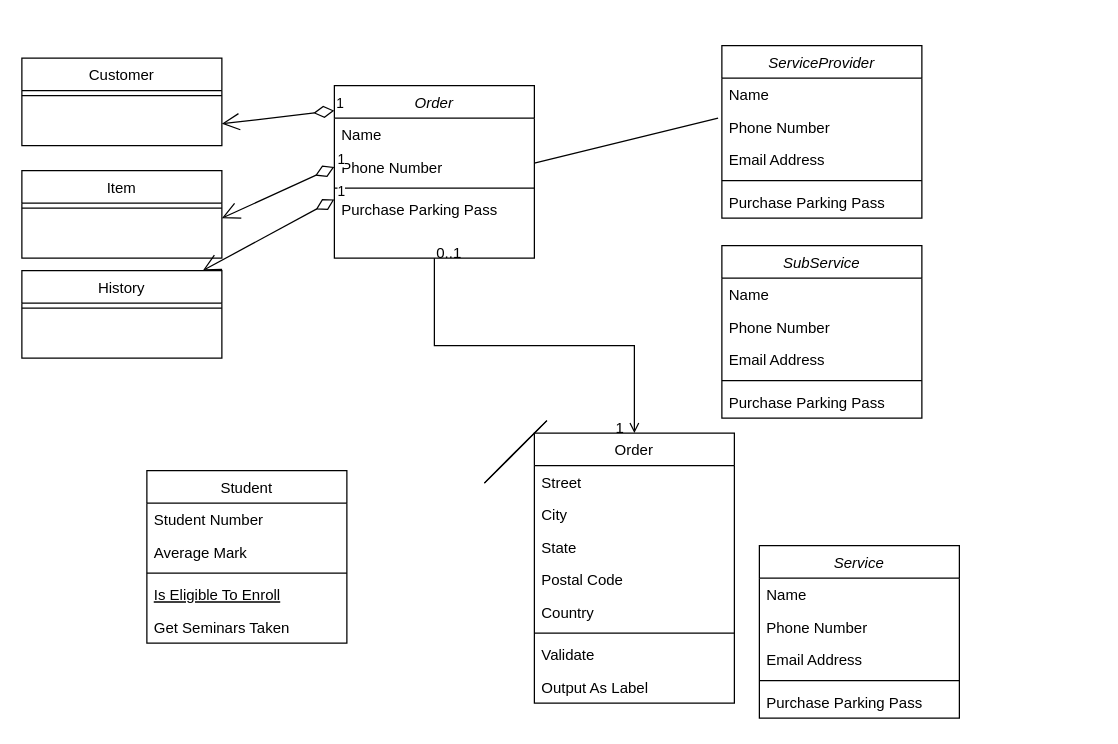
Before: diagrams/Untitled Diagram.drawio in AK-SoloQ/microservices-casts, a draw.io diagram. Source tidied: cells renumbered, new cells numbered last; positions are measured from the earlier drawing's top-left corner, leaving out a move shared by most shapes. Both pictures are drawn from the tidied source at 125%, with x=0, y=0 at pixel (21, 45).
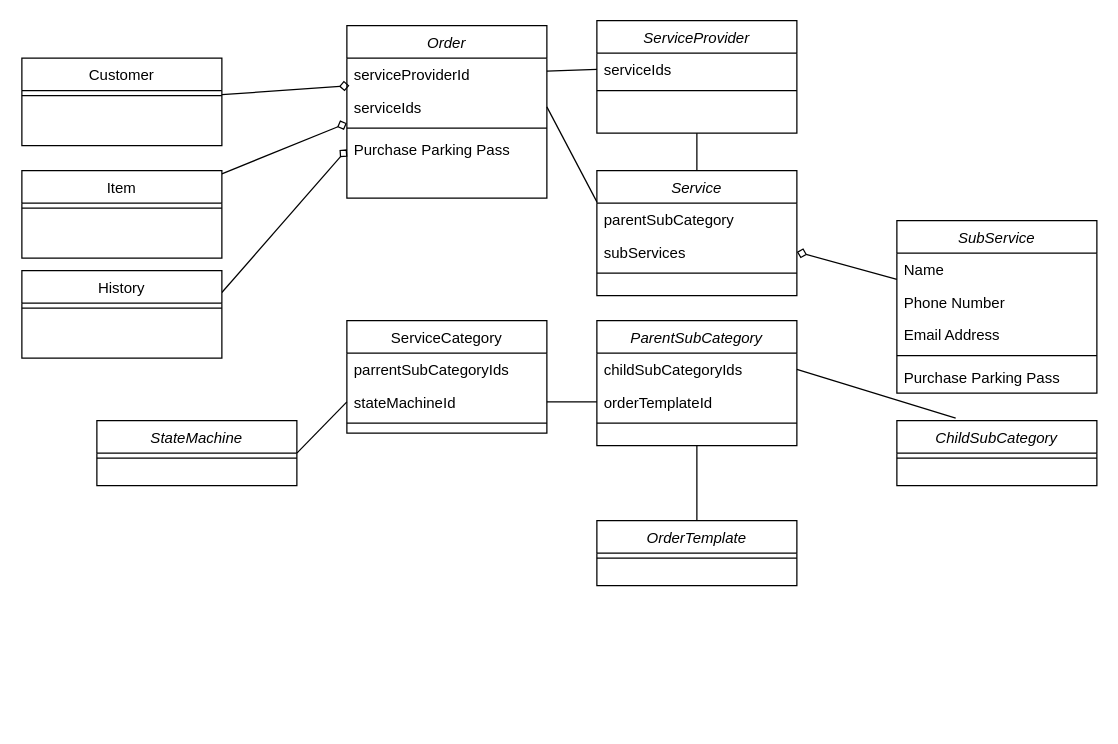
After the change.

Unchanged cells that the change refers to:
```xml
<mxCell id="6" value="Purchase Parking Pass" style="text;align=left;verticalAlign=top;spacingLeft=4;spacingRight=4;overflow=hidden;points=[[0,0.5],[1,0.5]];portConstraint=eastwest;" parent="2" vertex="1">
  <mxGeometry y="86" width="160" height="26" as="geometry" />
</mxCell>
<mxCell id="13" value="Item" style="swimlane;fontStyle=0;align=center;verticalAlign=top;horizontal=1;startSize=26;rounded=0;shadow=0;strokeWidth=1;" parent="1" vertex="1">
  <mxGeometry y="100" width="160" height="70" as="geometry" />
</mxCell>
<mxCell id="27" value="Customer" style="swimlane;fontStyle=0;align=center;verticalAlign=top;horizontal=1;startSize=26;rounded=0;shadow=0;strokeWidth=1;" parent="1" vertex="1">
  <mxGeometry y="10" width="160" height="70" as="geometry" />
</mxCell>
<mxCell id="29" value="History" style="swimlane;fontStyle=0;align=center;verticalAlign=top;horizontal=1;startSize=26;rounded=0;shadow=0;strokeWidth=1;" parent="1" vertex="1">
  <mxGeometry y="180" width="160" height="70" as="geometry" />
</mxCell>
```

Diff of the diagram source:
```diff
@@
     <mxCell id="2" value="Order" style="swimlane;fontStyle=2;align=center;verticalAlign=top;horizontal=1;startSize=26;rounded=0;shadow=0;strokeWidth=1;" parent="1" vertex="1">
-      <mxGeometry x="250" y="32" width="160" height="138" as="geometry" />
+      <mxGeometry x="260" y="-16" width="160" height="138" as="geometry" />
     </mxCell>
-    <mxCell id="3" value="Name" style="text;align=left;verticalAlign=top;spacingLeft=4;spacingRight=4;overflow=hidden;points=[[0,0.5],[1,0.5]];portConstraint=eastwest;" parent="2" vertex="1">
+    <mxCell id="3" value="serviceProviderId" style="text;align=left;verticalAlign=top;spacingLeft=4;spacingRight=4;overflow=hidden;points=[[0,0.5],[1,0.5]];portConstraint=eastwest;" parent="2" vertex="1">
       <mxGeometry y="26" width="160" height="26" as="geometry" />
     </mxCell>
-    <mxCell id="4" value="Phone Number" style="text;align=left;verticalAlign=top;spacingLeft=4;spacingRight=4;overflow=hidden;points=[[0,0.5],[1,0.5]];portConstraint=eastwest;rounded=0;shadow=0;html=0;" parent="2" vertex="1">
+    <mxCell id="4" value="serviceIds" style="text;align=left;verticalAlign=top;spacingLeft=4;spacingRight=4;overflow=hidden;points=[[0,0.5],[1,0.5]];portConstraint=eastwest;rounded=0;shadow=0;html=0;" parent="2" vertex="1">
       <mxGeometry y="52" width="160" height="26" as="geometry" />
     </mxCell>
@@
-    <mxCell id="7" value="Student" style="swimlane;fontStyle=0;align=center;verticalAlign=top;horizontal=1;startSize=26;rounded=0;shadow=0;strokeWidth=1;" parent="1" vertex="1">
-      <mxGeometry x="100" y="340" width="160" height="138" as="geometry" />
+    <mxCell id="7" value="ServiceCategory" style="swimlane;fontStyle=0;align=center;verticalAlign=top;horizontal=1;startSize=26;rounded=0;shadow=0;strokeWidth=1;" parent="1" vertex="1">
+      <mxGeometry x="260" y="220" width="160" height="90" as="geometry" />
     </mxCell>
-    <mxCell id="8" value="Student Number" style="text;align=left;verticalAlign=top;spacingLeft=4;spacingRight=4;overflow=hidden;" parent="7" vertex="1">
+    <mxCell id="8" value="parrentSubCategoryIds" style="text;align=left;verticalAlign=top;spacingLeft=4;spacingRight=4;overflow=hidden;" parent="7" vertex="1">
       <mxGeometry y="26" width="160" height="26" as="geometry" />
     </mxCell>
-    <mxCell id="9" value="Average Mark" style="text;align=left;verticalAlign=top;spacingLeft=4;spacingRight=4;overflow=hidden;points=[[0,0.5],[1,0.5]];portConstraint=eastwest;rounded=0;shadow=0;html=0;" parent="7" vertex="1">
+    <mxCell id="9" value="stateMachineId" style="text;align=left;verticalAlign=top;spacingLeft=4;spacingRight=4;overflow=hidden;points=[[0,0.5],[1,0.5]];portConstraint=eastwest;rounded=0;shadow=0;html=0;" parent="7" vertex="1">
       <mxGeometry y="52" width="160" height="26" as="geometry" />
     </mxCell>
@@
-    <mxCell id="11" value="Is Eligible To Enroll" style="text;align=left;verticalAlign=top;spacingLeft=4;spacingRight=4;overflow=hidden;fontStyle=4;" parent="7" vertex="1">
-      <mxGeometry y="86" width="160" height="26" as="geometry" />
-    </mxCell>
-    <mxCell id="12" value="Get Seminars Taken" style="text;align=left;verticalAlign=top;spacingLeft=4;spacingRight=4;overflow=hidden;" parent="7" vertex="1">
-      <mxGeometry y="112" width="160" height="26" as="geometry" />
-    </mxCell>
+    <mxCell id="55" style="edgeStyle=none;rounded=0;jettySize=auto;html=1;entryX=0;entryY=1;entryDx=0;entryDy=0;entryPerimeter=0;startArrow=none;startFill=0;endArrow=diamond;endFill=0;" parent="1" edge="1" source="13" target="4">
+      <mxGeometry relative="1" as="geometry" />
+    </mxCell>
@@
-    <mxCell id="15" value="Order" style="swimlane;fontStyle=0;align=center;verticalAlign=top;horizontal=1;startSize=26;rounded=0;shadow=0;strokeWidth=1;" parent="1" vertex="1">
-      <mxGeometry x="410" y="310" width="160" height="216" as="geometry" />
-    </mxCell>
-    <mxCell id="16" value="Street" style="text;align=left;verticalAlign=top;spacingLeft=4;spacingRight=4;overflow=hidden;" parent="15" vertex="1">
-      <mxGeometry y="26" width="160" height="26" as="geometry" />
-    </mxCell>
-    <mxCell id="17" value="City" style="text;align=left;verticalAlign=top;spacingLeft=4;spacingRight=4;overflow=hidden;rounded=0;shadow=0;html=0;" parent="15" vertex="1">
-      <mxGeometry y="52" width="160" height="26" as="geometry" />
-    </mxCell>
-    <mxCell id="18" value="State" style="text;align=left;verticalAlign=top;spacingLeft=4;spacingRight=4;overflow=hidden;rounded=0;shadow=0;html=0;" parent="15" vertex="1">
-      <mxGeometry y="78" width="160" height="26" as="geometry" />
-    </mxCell>
-    <mxCell id="19" value="Postal Code" style="text;align=left;verticalAlign=top;spacingLeft=4;spacingRight=4;overflow=hidden;rounded=0;shadow=0;html=0;" parent="15" vertex="1">
-      <mxGeometry y="104" width="160" height="26" as="geometry" />
-    </mxCell>
-    <mxCell id="20" value="Country" style="text;align=left;verticalAlign=top;spacingLeft=4;spacingRight=4;overflow=hidden;rounded=0;shadow=0;html=0;" parent="15" vertex="1">
-      <mxGeometry y="130" width="160" height="26" as="geometry" />
-    </mxCell>
-    <mxCell id="21" style="line;html=1;strokeWidth=1;align=left;verticalAlign=middle;spacingTop=-1;spacingLeft=3;spacingRight=3;labelPosition=right;" parent="15" vertex="1">
-      <mxGeometry y="156" width="160" height="8" as="geometry" />
-    </mxCell>
-    <mxCell id="22" value="Validate" style="text;align=left;verticalAlign=top;spacingLeft=4;spacingRight=4;overflow=hidden;" parent="15" vertex="1">
-      <mxGeometry y="164" width="160" height="26" as="geometry" />
-    </mxCell>
-    <mxCell id="23" value="Output As Label" style="text;align=left;verticalAlign=top;spacingLeft=4;spacingRight=4;overflow=hidden;" parent="15" vertex="1">
-      <mxGeometry y="190" width="160" height="26" as="geometry" />
-    </mxCell>
-    <mxCell id="24" style="endArrow=open;shadow=0;strokeWidth=1;rounded=0;endFill=1;edgeStyle=elbowEdgeStyle;elbow=vertical;" parent="1" edge="1" source="2" target="15">
-      <mxGeometry x="0.5" y="41" relative="1" as="geometry">
-        <mxPoint x="-40" y="32" as="offset" />
-      </mxGeometry>
-    </mxCell>
-    <mxCell id="25" value="0..1" style="align=left;verticalAlign=bottom;labelBackgroundColor=none;fontSize=12;" parent="24" vertex="1">
-      <mxGeometry x="-1" relative="1" as="geometry">
-        <mxPoint y="4" as="offset" />
-      </mxGeometry>
-    </mxCell>
-    <mxCell id="26" value="1" style="align=right;verticalAlign=bottom;labelBackgroundColor=none;fontSize=12;" parent="24" vertex="1">
-      <mxGeometry x="1" relative="1" as="geometry">
-        <mxPoint x="-7" y="4" as="offset" />
-      </mxGeometry>
-    </mxCell>
+    <mxCell id="56" style="edgeStyle=none;rounded=0;jettySize=auto;html=1;entryX=0.013;entryY=-0.154;entryDx=0;entryDy=0;entryPerimeter=0;startArrow=none;startFill=0;endArrow=diamond;endFill=0;" parent="1" edge="1" source="27" target="4">
+      <mxGeometry relative="1" as="geometry" />
+    </mxCell>
@@
+    <mxCell id="57" style="edgeStyle=none;rounded=0;jettySize=auto;html=1;entryX=0;entryY=0.5;entryDx=0;entryDy=0;startArrow=none;startFill=0;endArrow=diamond;endFill=0;exitX=1;exitY=0.25;exitDx=0;exitDy=0;" parent="1" edge="1" source="29" target="6">
+      <mxGeometry relative="1" as="geometry" />
+    </mxCell>
@@
-    <mxCell id="31" value="1" style="endArrow=open;html=1;endSize=12;startArrow=diamondThin;startSize=14;startFill=0;align=left;verticalAlign=bottom;exitX=0;exitY=0.145;exitDx=0;exitDy=0;exitPerimeter=0;entryX=1;entryY=0.75;entryDx=0;entryDy=0;" parent="1" edge="1" source="2" target="27">
-      <mxGeometry x="-1" y="3" relative="1" as="geometry" />
-    </mxCell>
-    <mxCell id="32" value="1" style="endArrow=open;html=1;endSize=12;startArrow=diamondThin;startSize=14;startFill=0;align=left;verticalAlign=bottom;exitX=0;exitY=0.5;exitDx=0;exitDy=0;entryX=1;entryY=0.75;entryDx=0;entryDy=0;" parent="1" edge="1" source="4">
-      <mxGeometry x="-1" y="3" relative="1" as="geometry">
-        <mxPoint x="160" y="138" as="targetPoint" />
-      </mxGeometry>
-    </mxCell>
-    <mxCell id="33" value="1" style="endArrow=open;html=1;endSize=12;startArrow=diamondThin;startSize=14;startFill=0;align=left;verticalAlign=bottom;exitX=0;exitY=0.5;exitDx=0;exitDy=0;" parent="1" edge="1" target="29">
-      <mxGeometry x="-1" y="3" relative="1" as="geometry">
-        <mxPoint x="250" y="123" as="sourcePoint" />
-      </mxGeometry>
-    </mxCell>
+    <mxCell id="58" style="edgeStyle=orthogonalEdgeStyle;rounded=0;jettySize=auto;html=1;exitX=0.5;exitY=1;exitDx=0;exitDy=0;entryX=0.5;entryY=0;entryDx=0;entryDy=0;startArrow=none;startFill=0;endArrow=none;endFill=0;" parent="1" edge="1" source="34" target="46">
+      <mxGeometry relative="1" as="geometry" />
+    </mxCell>
     <mxCell id="34" value="ServiceProvider" style="swimlane;fontStyle=2;align=center;verticalAlign=top;horizontal=1;startSize=26;rounded=0;shadow=0;strokeWidth=1;" parent="1" vertex="1">
-      <mxGeometry x="560" width="160" height="138" as="geometry" />
+      <mxGeometry x="460" y="-20" width="160" height="90" as="geometry" />
     </mxCell>
-    <mxCell id="35" value="Name" style="text;align=left;verticalAlign=top;spacingLeft=4;spacingRight=4;overflow=hidden;points=[[0,0.5],[1,0.5]];portConstraint=eastwest;" parent="34" vertex="1">
+    <mxCell id="35" value="serviceIds" style="text;align=left;verticalAlign=top;spacingLeft=4;spacingRight=4;overflow=hidden;points=[[0,0.5],[1,0.5]];portConstraint=eastwest;" parent="34" vertex="1">
       <mxGeometry y="26" width="160" height="26" as="geometry" />
     </mxCell>
-    <mxCell id="36" value="Phone Number" style="text;align=left;verticalAlign=top;spacingLeft=4;spacingRight=4;overflow=hidden;points=[[0,0.5],[1,0.5]];portConstraint=eastwest;rounded=0;shadow=0;html=0;" parent="34" vertex="1">
-      <mxGeometry y="52" width="160" height="26" as="geometry" />
-    </mxCell>
-    <mxCell id="37" value="Email Address" style="text;align=left;verticalAlign=top;spacingLeft=4;spacingRight=4;overflow=hidden;rounded=0;shadow=0;html=0;" parent="34" vertex="1">
-      <mxGeometry y="78" width="160" height="26" as="geometry" />
-    </mxCell>
     <mxCell id="38" style="line;html=1;strokeWidth=1;align=left;verticalAlign=middle;spacingTop=-1;spacingLeft=3;spacingRight=3;labelPosition=right;" parent="34" vertex="1">
-      <mxGeometry y="104" width="160" height="8" as="geometry" />
+      <mxGeometry y="52" width="160" height="8" as="geometry" />
     </mxCell>
-    <mxCell id="39" value="Purchase Parking Pass" style="text;align=left;verticalAlign=top;spacingLeft=4;spacingRight=4;overflow=hidden;" parent="34" vertex="1">
-      <mxGeometry y="112" width="160" height="26" as="geometry" />
-    </mxCell>
+    <mxCell id="59" style="edgeStyle=none;rounded=0;jettySize=auto;html=1;entryX=1;entryY=0.5;entryDx=0;entryDy=0;startArrow=none;startFill=0;endArrow=diamond;endFill=0;" parent="1" edge="1" source="40" target="48">
+      <mxGeometry relative="1" as="geometry" />
+    </mxCell>
     <mxCell id="40" value="SubService" style="swimlane;fontStyle=2;align=center;verticalAlign=top;horizontal=1;startSize=26;rounded=0;shadow=0;strokeWidth=1;" parent="1" vertex="1">
-      <mxGeometry x="560" y="160" width="160" height="138" as="geometry" />
+      <mxGeometry x="700" y="140" width="160" height="138" as="geometry" />
     </mxCell>
@@
     <mxCell id="46" value="Service" style="swimlane;fontStyle=2;align=center;verticalAlign=top;horizontal=1;startSize=26;rounded=0;shadow=0;strokeWidth=1;" parent="1" vertex="1">
-      <mxGeometry x="590" y="400" width="160" height="138" as="geometry" />
+      <mxGeometry x="460" y="100" width="160" height="100" as="geometry" />
     </mxCell>
-    <mxCell id="47" value="Name" style="text;align=left;verticalAlign=top;spacingLeft=4;spacingRight=4;overflow=hidden;" parent="46" vertex="1">
+    <mxCell id="47" value="parentSubCategory" style="text;align=left;verticalAlign=top;spacingLeft=4;spacingRight=4;overflow=hidden;" parent="46" vertex="1">
       <mxGeometry y="26" width="160" height="26" as="geometry" />
     </mxCell>
-    <mxCell id="48" value="Phone Number" style="text;align=left;verticalAlign=top;spacingLeft=4;spacingRight=4;overflow=hidden;points=[[0,0.5],[1,0.5]];portConstraint=eastwest;rounded=0;shadow=0;html=0;" parent="46" vertex="1">
+    <mxCell id="48" value="subServices" style="text;align=left;verticalAlign=top;spacingLeft=4;spacingRight=4;overflow=hidden;points=[[0,0.5],[1,0.5]];portConstraint=eastwest;rounded=0;shadow=0;html=0;" parent="46" vertex="1">
       <mxGeometry y="52" width="160" height="26" as="geometry" />
     </mxCell>
-    <mxCell id="49" value="Email Address" style="text;align=left;verticalAlign=top;spacingLeft=4;spacingRight=4;overflow=hidden;rounded=0;shadow=0;html=0;" parent="46" vertex="1">
-      <mxGeometry y="78" width="160" height="26" as="geometry" />
-    </mxCell>
     <mxCell id="50" style="line;html=1;strokeWidth=1;align=left;verticalAlign=middle;spacingTop=-1;spacingLeft=3;spacingRight=3;labelPosition=right;" parent="46" vertex="1">
-      <mxGeometry y="104" width="160" height="8" as="geometry" />
+      <mxGeometry y="78" width="160" height="8" as="geometry" />
     </mxCell>
-    <mxCell id="51" value="Purchase Parking Pass" style="text;align=left;verticalAlign=top;spacingLeft=4;spacingRight=4;overflow=hidden;" parent="46" vertex="1">
-      <mxGeometry y="112" width="160" height="26" as="geometry" />
-    </mxCell>
-    <mxCell id="52" style="endArrow=none;html=1;" parent="1" edge="1">
-      <mxGeometry relative="1" as="geometry">
-        <mxPoint x="370" y="350" as="sourcePoint" />
-        <mxPoint x="420" y="300" as="targetPoint" />
-      </mxGeometry>
-    </mxCell>
-    <mxCell id="53" style="endArrow=none;html=1;entryX=-0.019;entryY=0.231;entryDx=0;entryDy=0;entryPerimeter=0;" parent="1" edge="1" target="36">
-      <mxGeometry relative="1" as="geometry">
-        <mxPoint x="410" y="94" as="sourcePoint" />
-      </mxGeometry>
-    </mxCell>
-    <mxCell id="54" style="endArrow=none;html=1;" parent="1" edge="1">
-      <mxGeometry relative="1" as="geometry">
-        <mxPoint x="370" y="350" as="sourcePoint" />
-        <mxPoint x="420" y="300" as="targetPoint" />
-      </mxGeometry>
-    </mxCell>
+    <mxCell id="60" value="ParentSubCategory" style="swimlane;fontStyle=2;align=center;verticalAlign=top;horizontal=1;startSize=26;rounded=0;shadow=0;strokeWidth=1;" parent="1" vertex="1">
+      <mxGeometry x="460" y="220" width="160" height="100" as="geometry" />
+    </mxCell>
+    <mxCell id="61" value="childSubCategoryIds" style="text;align=left;verticalAlign=top;spacingLeft=4;spacingRight=4;overflow=hidden;points=[[0,0.5],[1,0.5]];portConstraint=eastwest;" parent="60" vertex="1">
+      <mxGeometry y="26" width="160" height="26" as="geometry" />
+    </mxCell>
+    <mxCell id="62" value="orderTemplateId" style="text;align=left;verticalAlign=top;spacingLeft=4;spacingRight=4;overflow=hidden;points=[[0,0.5],[1,0.5]];portConstraint=eastwest;rounded=0;shadow=0;html=0;" parent="60" vertex="1">
+      <mxGeometry y="52" width="160" height="26" as="geometry" />
+    </mxCell>
+    <mxCell id="63" style="line;html=1;strokeWidth=1;align=left;verticalAlign=middle;spacingTop=-1;spacingLeft=3;spacingRight=3;labelPosition=right;" parent="60" vertex="1">
+      <mxGeometry y="78" width="160" height="8" as="geometry" />
+    </mxCell>
+    <mxCell id="64" value="ChildSubCategory" style="swimlane;fontStyle=2;align=center;verticalAlign=top;horizontal=1;startSize=26;rounded=0;shadow=0;strokeWidth=1;" parent="1" vertex="1">
+      <mxGeometry x="700" y="300" width="160" height="52" as="geometry" />
+    </mxCell>
+    <mxCell id="65" style="line;html=1;strokeWidth=1;align=left;verticalAlign=middle;spacingTop=-1;spacingLeft=3;spacingRight=3;labelPosition=right;" parent="64" vertex="1">
+      <mxGeometry y="26" width="160" height="8" as="geometry" />
+    </mxCell>
+    <mxCell id="66" style="rounded=0;jettySize=auto;html=1;entryX=0.294;entryY=-0.038;entryDx=0;entryDy=0;entryPerimeter=0;startArrow=none;startFill=0;endArrow=none;endFill=0;exitX=1;exitY=0.5;exitDx=0;exitDy=0;" parent="1" edge="1" source="61" target="64">
+      <mxGeometry relative="1" as="geometry" />
+    </mxCell>
+    <mxCell id="67" style="edgeStyle=none;rounded=0;jettySize=auto;html=1;entryX=0.5;entryY=1;entryDx=0;entryDy=0;startArrow=none;startFill=0;endArrow=none;endFill=0;" parent="1" edge="1" source="68" target="60">
+      <mxGeometry relative="1" as="geometry" />
+    </mxCell>
+    <mxCell id="68" value="OrderTemplate" style="swimlane;fontStyle=2;align=center;verticalAlign=top;horizontal=1;startSize=26;rounded=0;shadow=0;strokeWidth=1;" parent="1" vertex="1">
+      <mxGeometry x="460" y="380" width="160" height="52" as="geometry" />
+    </mxCell>
+    <mxCell id="69" style="line;html=1;strokeWidth=1;align=left;verticalAlign=middle;spacingTop=-1;spacingLeft=3;spacingRight=3;labelPosition=right;" parent="68" vertex="1">
+      <mxGeometry y="26" width="160" height="8" as="geometry" />
+    </mxCell>
+    <mxCell id="70" value="StateMachine" style="swimlane;fontStyle=2;align=center;verticalAlign=top;horizontal=1;startSize=26;rounded=0;shadow=0;strokeWidth=1;" parent="1" vertex="1">
+      <mxGeometry x="60" y="300" width="160" height="52" as="geometry" />
+    </mxCell>
+    <mxCell id="71" style="line;html=1;strokeWidth=1;align=left;verticalAlign=middle;spacingTop=-1;spacingLeft=3;spacingRight=3;labelPosition=right;" parent="70" vertex="1">
+      <mxGeometry y="26" width="160" height="8" as="geometry" />
+    </mxCell>
+    <mxCell id="72" style="edgeStyle=none;rounded=0;jettySize=auto;html=1;startArrow=none;startFill=0;endArrow=none;endFill=0;" parent="1" edge="1" source="9" target="62">
+      <mxGeometry relative="1" as="geometry" />
+    </mxCell>
+    <mxCell id="73" style="edgeStyle=none;rounded=0;jettySize=auto;html=1;entryX=1;entryY=0.5;entryDx=0;entryDy=0;startArrow=none;startFill=0;endArrow=none;endFill=0;exitX=0;exitY=0.5;exitDx=0;exitDy=0;" parent="1" edge="1" source="9" target="70">
+      <mxGeometry relative="1" as="geometry" />
+    </mxCell>
+    <mxCell id="74" style="edgeStyle=none;rounded=0;jettySize=auto;html=1;entryX=0;entryY=0.5;entryDx=0;entryDy=0;startArrow=none;startFill=0;endArrow=none;endFill=0;" parent="1" edge="1" source="3" target="35">
+      <mxGeometry relative="1" as="geometry" />
+    </mxCell>
+    <mxCell id="75" style="edgeStyle=none;rounded=0;jettySize=auto;html=1;entryX=0;entryY=0.25;entryDx=0;entryDy=0;startArrow=none;startFill=0;endArrow=none;endFill=0;exitX=1;exitY=0.5;exitDx=0;exitDy=0;" parent="1" edge="1" source="4" target="46">
+      <mxGeometry relative="1" as="geometry" />
+    </mxCell>
```
